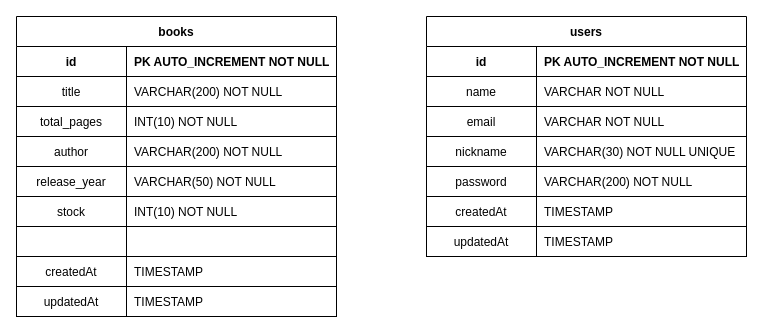
This is aulas/dh_bookstore/database/db.drawio from intwone/0622CDFSPCN18BRED, a draw.io file, before an edit. Source tidied: cells renumbered, new cells numbered last; positions are measured from the earlier drawing's top-left corner, leaving out a move shared by most shapes. Both pictures are drawn from the tidied source at 100%, with x=0, y=0 at pixel (16, 16).
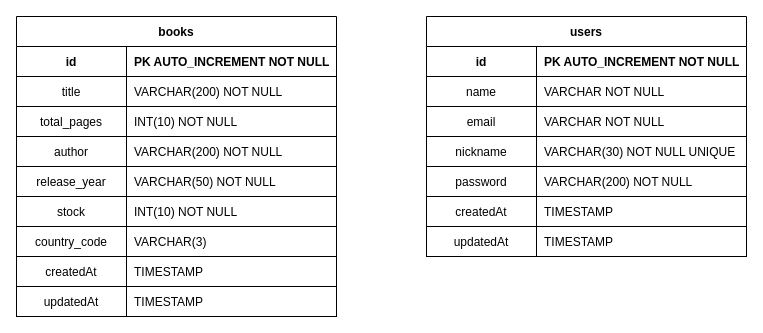
The same page after the edit.

The change refers to these unchanged cells:
```xml
<mxCell id="21" style="shape=tableRow;horizontal=0;startSize=0;swimlaneHead=0;swimlaneBody=0;fillColor=none;top=0;left=0;right=0;bottom=1;" parent="2" vertex="1">
  <mxGeometry y="210" width="320" height="30" as="geometry" />
</mxCell>
```

Change to the diagram source:
```diff
@@
-    <mxCell id="22" style="shape=partialRectangle;fillColor=none;top=0;left=0;bottom=0;right=0;fontStyle=0;overflow=hidden;" parent="21" vertex="1">
+    <mxCell id="22" value="country_code" style="shape=partialRectangle;fillColor=none;top=0;left=0;bottom=0;right=0;fontStyle=0;overflow=hidden;" parent="21" vertex="1">
       <mxGeometry width="110" height="30" as="geometry" />
     </mxCell>
-    <mxCell id="23" style="shape=partialRectangle;fillColor=none;top=0;left=0;bottom=0;right=0;align=left;spacingLeft=6;fontStyle=0;overflow=hidden;" parent="21" vertex="1">
+    <mxCell id="23" value="VARCHAR(3)" style="shape=partialRectangle;fillColor=none;top=0;left=0;bottom=0;right=0;align=left;spacingLeft=6;fontStyle=0;overflow=hidden;" parent="21" vertex="1">
       <mxGeometry x="110" width="210" height="30" as="geometry" />
     </mxCell>
```
